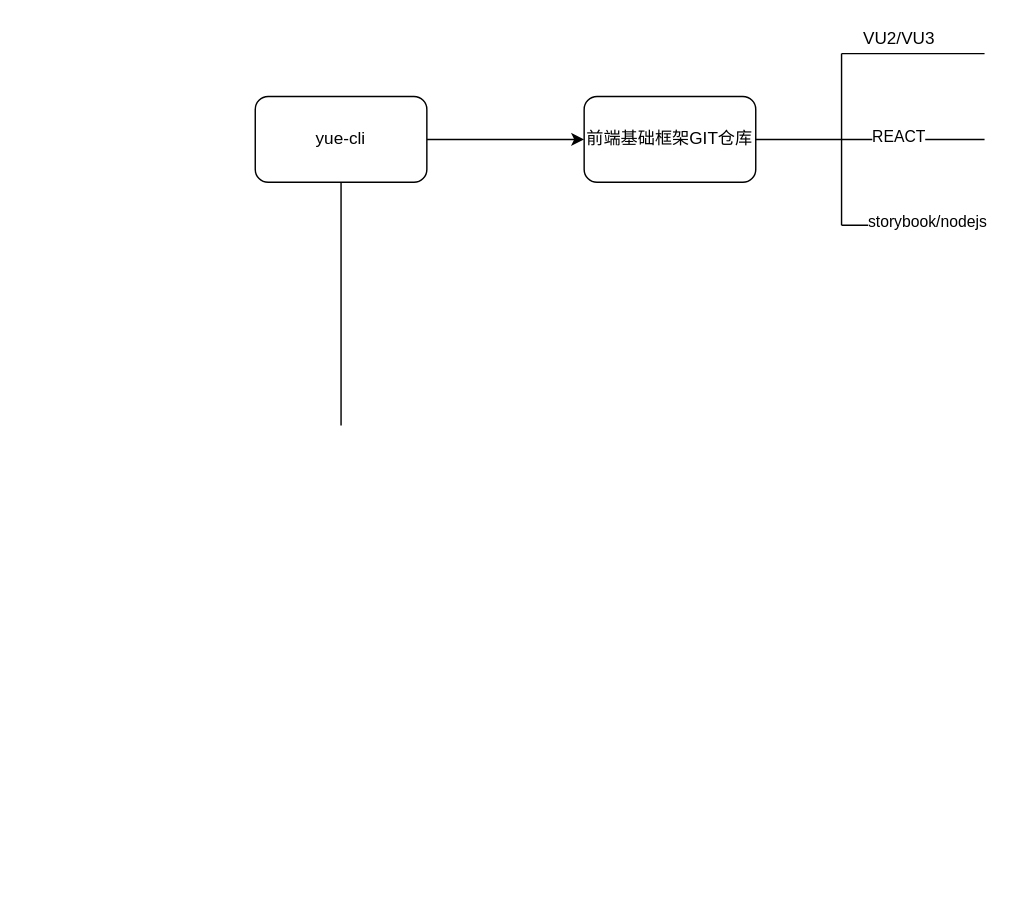
Earlier version of the draw.io diagram Untitled Diagram.drawio (laibin8848/VUse). Source tidied: cells renumbered, new cells numbered last; positions are measured from the earlier drawing's top-left corner, leaving out a move shared by most shapes. Both pictures are drawn from the tidied source at 143%, with x=0, y=0 at pixel (255, 24).
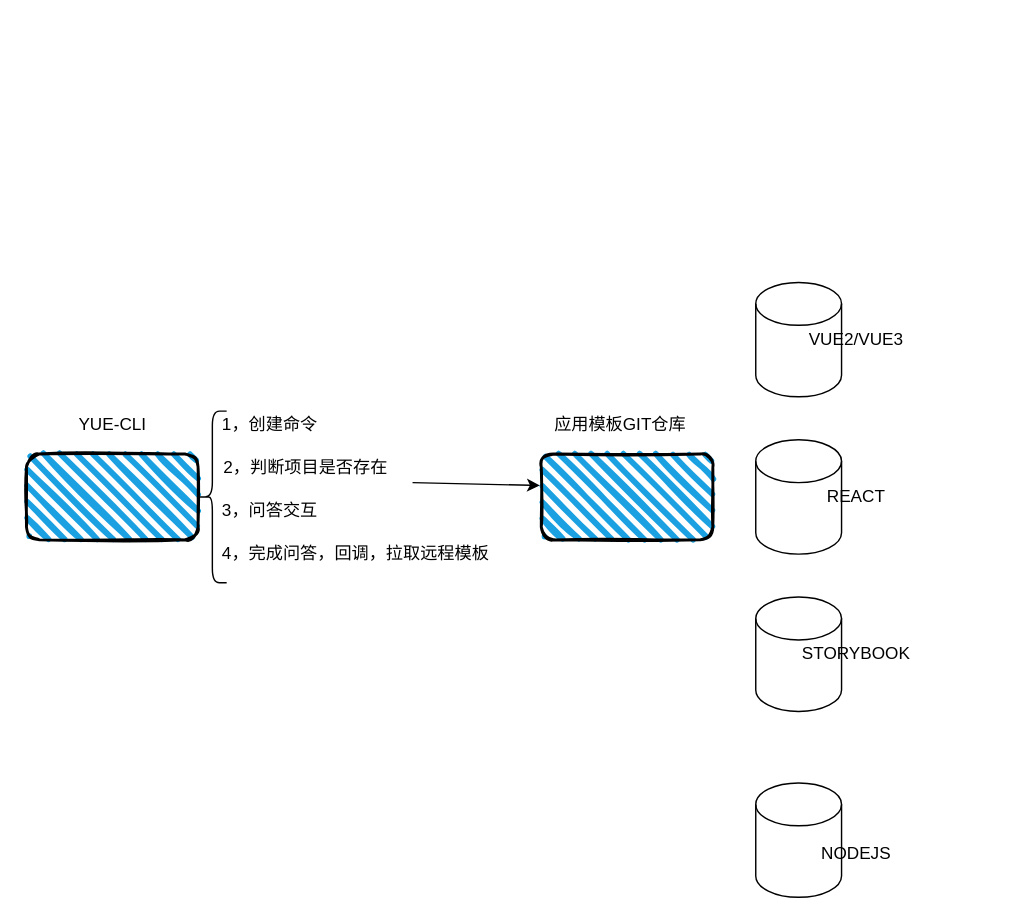
The same page after the edit.

Change to the diagram source:
```diff
@@
-    <mxCell id="2" style="edgeStyle=orthogonalEdgeStyle;rounded=0;jettySize=auto;html=1;exitX=1;exitY=0.5;exitDx=0;exitDy=0;entryX=0;entryY=0.5;entryDx=0;entryDy=0;" parent="1" edge="1" source="3" target="4">
-      <mxGeometry relative="1" as="geometry" />
-    </mxCell>
-    <mxCell id="3" value="yue-cli" style="rounded=1;whiteSpace=wrap;html=1;" parent="1" vertex="1">
-      <mxGeometry y="50" width="120" height="60" as="geometry" />
-    </mxCell>
-    <mxCell id="4" value="前端基础框架GIT仓库" style="rounded=1;whiteSpace=wrap;html=1;" parent="1" vertex="1">
-      <mxGeometry x="230" y="50" width="120" height="60" as="geometry" />
-    </mxCell>
-    <mxCell id="5" style="endArrow=none;html=1;" parent="1" edge="1">
-      <mxGeometry relative="1" as="geometry">
-        <mxPoint x="60" y="280" as="sourcePoint" />
-        <mxPoint x="60" y="110" as="targetPoint" />
-      </mxGeometry>
-    </mxCell>
-    <mxCell id="6" style="endArrow=none;html=1;" parent="1" edge="1">
-      <mxGeometry relative="1" as="geometry">
-        <mxPoint x="350" y="80" as="sourcePoint" />
-        <mxPoint x="410" y="80" as="targetPoint" />
-      </mxGeometry>
-    </mxCell>
-    <mxCell id="7" style="endArrow=none;html=1;" parent="1" edge="1">
-      <mxGeometry relative="1" as="geometry">
-        <mxPoint x="410" y="140" as="sourcePoint" />
-        <mxPoint x="410" y="20" as="targetPoint" />
-        <Array as="points">
-          <mxPoint x="410" y="20" />
-        </Array>
-      </mxGeometry>
-    </mxCell>
-    <mxCell id="8" style="endArrow=none;html=1;" parent="1" edge="1">
-      <mxGeometry relative="1" as="geometry">
-        <mxPoint x="410" y="20" as="sourcePoint" />
-        <mxPoint x="510" y="20" as="targetPoint" />
-      </mxGeometry>
-    </mxCell>
-    <mxCell id="9" value="VU2/VU3" style="text;html=1;align=center;verticalAlign=middle;strokeColor=none;" parent="1" vertex="1">
-      <mxGeometry x="415" width="70" height="20" as="geometry" />
-    </mxCell>
-    <mxCell id="10" style="endArrow=none;html=1;" parent="1" edge="1">
-      <mxGeometry relative="1" as="geometry">
-        <mxPoint x="410" y="80" as="sourcePoint" />
-        <mxPoint x="510" y="80" as="targetPoint" />
-      </mxGeometry>
-    </mxCell>
+    <mxCell id="14" style="rounded=1;whiteSpace=wrap;html=1;strokeWidth=2;fillWeight=4;hachureGap=8;hachureAngle=45;fillColor=#1ba1e2;sketch=1;" parent="1" vertex="1">
+      <mxGeometry x="-160" y="300" width="120" height="60" as="geometry" />
+    </mxCell>
+    <mxCell id="15" value="YUE-CLI" style="text;html=1;align=center;verticalAlign=middle;strokeColor=none;" parent="1" vertex="1">
+      <mxGeometry x="-130" y="270" width="60" height="20" as="geometry" />
+    </mxCell>
+    <mxCell id="16" style="rounded=1;whiteSpace=wrap;html=1;strokeWidth=2;fillWeight=4;hachureGap=8;hachureAngle=45;fillColor=#1ba1e2;sketch=1;" parent="1" vertex="1">
+      <mxGeometry x="200" y="300" width="120" height="60" as="geometry" />
+    </mxCell>
+    <mxCell id="17" value="应用模板GIT仓库" style="text;html=1;align=center;verticalAlign=middle;strokeColor=none;" parent="1" vertex="1">
+      <mxGeometry x="200" y="270" width="110" height="20" as="geometry" />
+    </mxCell>
+    <mxCell id="18" style="shape=cylinder3;whiteSpace=wrap;html=1;boundedLbl=1;backgroundOutline=1;size=15;" parent="1" vertex="1">
+      <mxGeometry x="350" y="180" width="60" height="80" as="geometry" />
+    </mxCell>
+    <mxCell id="19" value="VUE2/VUE3" style="text;html=1;align=center;verticalAlign=middle;strokeColor=none;" parent="1" vertex="1">
+      <mxGeometry x="380" y="210" width="80" height="20" as="geometry" />
+    </mxCell>
+    <mxCell id="20" style="shape=cylinder3;whiteSpace=wrap;html=1;boundedLbl=1;backgroundOutline=1;size=15;" parent="1" vertex="1">
+      <mxGeometry x="350" y="290" width="60" height="80" as="geometry" />
+    </mxCell>
-    <mxCell id="11" value="REACT" style="edgeLabel;html=1;align=center;verticalAlign=middle;" parent="10" vertex="1">
-      <mxGeometry x="-0.22" y="3" relative="1" as="geometry" />
+    <mxCell id="11" value="REACT" style="text;html=1;align=center;verticalAlign=middle;strokeColor=none;" parent="1" vertex="1">
+      <mxGeometry x="390" y="320" width="60" height="20" as="geometry" />
     </mxCell>
-    <mxCell id="12" style="endArrow=none;html=1;" parent="1" edge="1">
-      <mxGeometry relative="1" as="geometry">
-        <mxPoint x="410" y="140" as="sourcePoint" />
-        <mxPoint x="500" y="140" as="targetPoint" />
-      </mxGeometry>
-    </mxCell>
-    <mxCell id="13" value="storybook/nodejs" style="edgeLabel;html=1;align=center;verticalAlign=middle;" parent="12" vertex="1">
-      <mxGeometry x="0.31" y="3" relative="1" as="geometry" />
-    </mxCell>
+    <mxCell id="21" style="shape=cylinder3;whiteSpace=wrap;html=1;boundedLbl=1;backgroundOutline=1;size=15;" parent="1" vertex="1">
+      <mxGeometry x="350" y="400" width="60" height="80" as="geometry" />
+    </mxCell>
+    <mxCell id="22" value="STORYBOOK" style="text;html=1;align=center;verticalAlign=middle;strokeColor=none;" parent="1" vertex="1">
+      <mxGeometry x="375" y="430" width="90" height="20" as="geometry" />
+    </mxCell>
+    <mxCell id="23" style="shape=cylinder3;whiteSpace=wrap;html=1;boundedLbl=1;backgroundOutline=1;size=15;" parent="1" vertex="1">
+      <mxGeometry x="350" y="530" width="60" height="80" as="geometry" />
+    </mxCell>
+    <mxCell id="24" value="NODEJS" style="text;html=1;align=center;verticalAlign=middle;strokeColor=none;" parent="1" vertex="1">
+      <mxGeometry x="390" y="570" width="60" height="20" as="geometry" />
+    </mxCell>
+    <mxCell id="25" style="shape=curlyBracket;whiteSpace=wrap;html=1;rounded=1;" parent="1" vertex="1">
+      <mxGeometry x="-40" y="270" width="20" height="120" as="geometry" />
+    </mxCell>
+    <mxCell id="26" value="1，创建命令" style="text;html=1;align=center;verticalAlign=middle;strokeColor=none;" parent="1" vertex="1">
+      <mxGeometry x="-30" y="270" width="80" height="20" as="geometry" />
+    </mxCell>
+    <mxCell id="27" value="2，判断项目是否存在" style="text;html=1;align=center;verticalAlign=middle;strokeColor=none;" parent="1" vertex="1">
+      <mxGeometry x="-30" y="300" width="130" height="20" as="geometry" />
+    </mxCell>
+    <mxCell id="28" value="3，问答交互" style="text;html=1;align=center;verticalAlign=middle;strokeColor=none;" parent="1" vertex="1">
+      <mxGeometry x="-30" y="330" width="80" height="20" as="geometry" />
+    </mxCell>
+    <mxCell id="29" value="4，完成问答，回调，拉取远程模板" style="text;html=1;align=center;verticalAlign=middle;strokeColor=none;" parent="1" vertex="1">
+      <mxGeometry x="-30" y="360" width="200" height="20" as="geometry" />
+    </mxCell>
+    <mxCell id="30" style="endArrow=classic;html=1;entryX=-0.008;entryY=0.367;entryDx=0;entryDy=0;entryPerimeter=0;" parent="1" edge="1" target="16">
+      <mxGeometry relative="1" as="geometry">
+        <mxPoint x="110" y="320" as="sourcePoint" />
+      </mxGeometry>
+    </mxCell>
```
